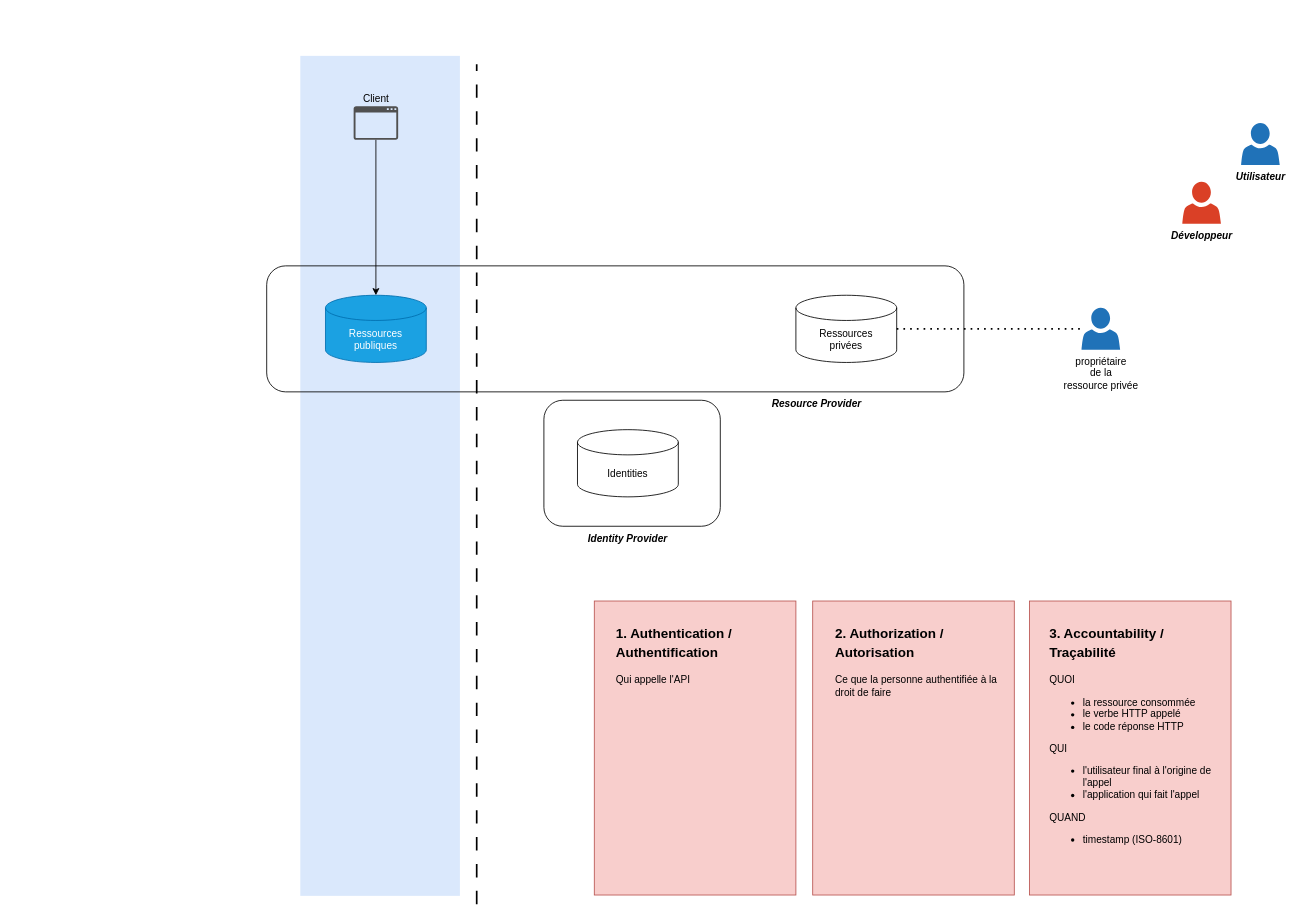
Before: Oauth2-d-apres-octo.drawio in haclong/drawings, a draw.io diagram. Source tidied: cells renumbered, new cells numbered last; positions are measured from the earlier drawing's top-left corner, leaving out a move shared by most shapes. Both pictures are drawn from the tidied source at 84%, with x=0, y=0 at pixel (266, 55).
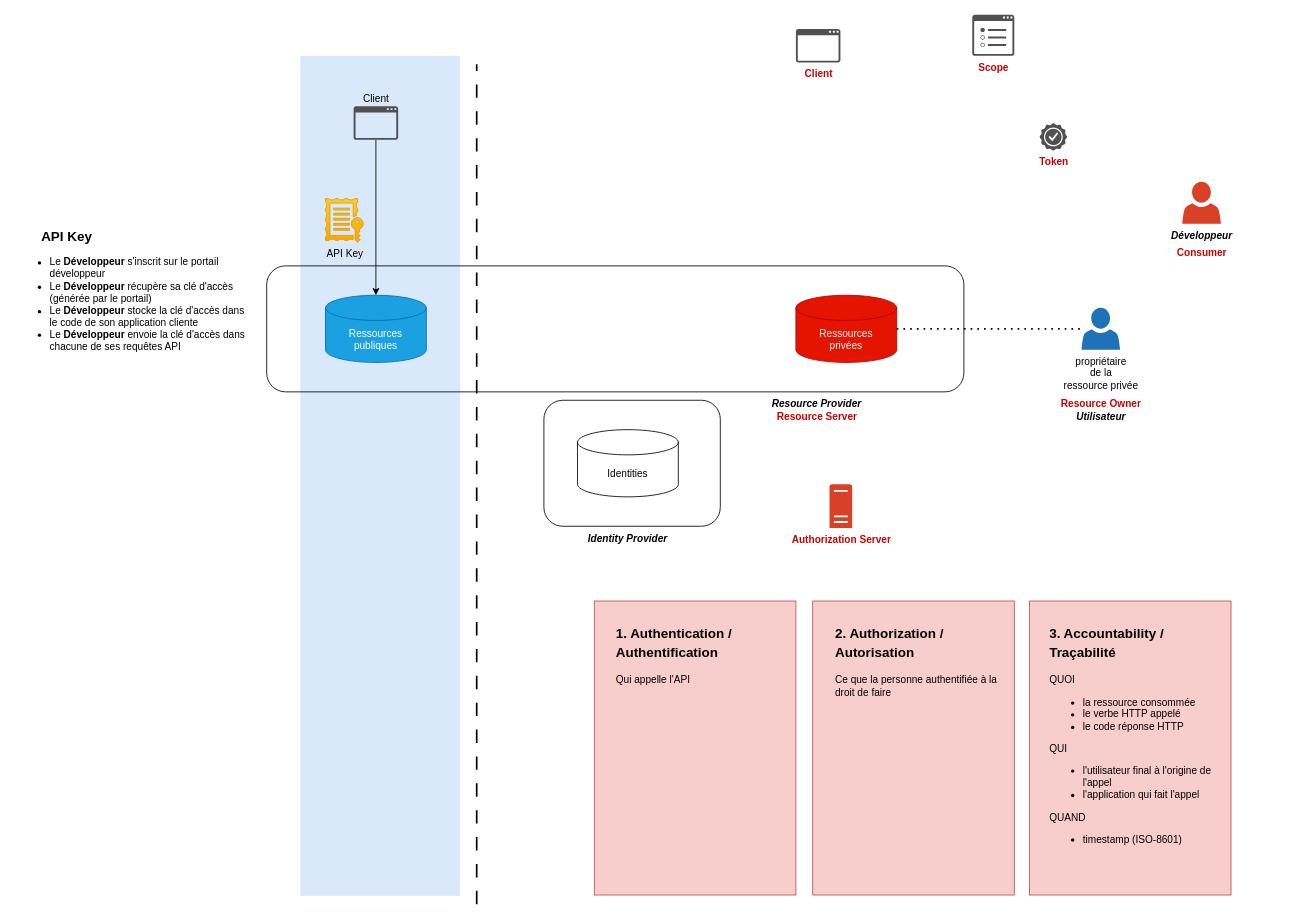
The same page after the edit.

The edit, as a diff of the source:
```diff
@@
-    <mxCell id="6" value="&lt;div&gt;Ressources&lt;/div&gt;&lt;div&gt;privées&lt;br&gt;&lt;/div&gt;" style="shape=cylinder3;whiteSpace=wrap;html=1;boundedLbl=1;backgroundOutline=1;size=15;" parent="1" vertex="1">
+    <mxCell id="6" value="&lt;div&gt;Ressources&lt;/div&gt;&lt;div&gt;privées&lt;br&gt;&lt;/div&gt;" style="shape=cylinder3;whiteSpace=wrap;html=1;boundedLbl=1;backgroundOutline=1;size=15;fillColor=#e51400;fontColor=#ffffff;strokeColor=#B20000;" parent="1" vertex="1">
       <mxGeometry x="630" y="285" width="120" height="80" as="geometry" />
     </mxCell>
@@
-    <mxCell id="21" value="Utilisateur" style="sketch=0;shadow=0;dashed=0;html=1;strokeColor=none;labelPosition=center;verticalLabelPosition=bottom;verticalAlign=top;align=center;shape=mxgraph.office.users.user;fillColor=#2072B8;fontStyle=3;" parent="1" vertex="1">
-      <mxGeometry x="1160" y="80" width="46" height="50" as="geometry" />
-    </mxCell>
@@
-    <mxCell id="24" value="Client" style="sketch=0;shadow=0;dashed=0;html=1;strokeColor=none;fillColor=#505050;labelPosition=center;verticalLabelPosition=top;verticalAlign=bottom;outlineConnect=0;align=center;shape=mxgraph.office.concepts.application_generic;" parent="1" vertex="1">
+    <mxCell id="24" value="Client" style="sketch=0;shadow=0;dashed=0;html=1;strokeColor=none;fillColor=#505050;labelPosition=center;verticalLabelPosition=top;verticalAlign=bottom;outlineConnect=0;align=center;shape=mxgraph.office.concepts.application_generic;fontStyle=0;fontColor=#000000;" parent="1" vertex="1">
       <mxGeometry x="103.5" y="60" width="53" height="40" as="geometry" />
     </mxCell>
@@
+    <mxCell id="27" value="API Key" style="sketch=0;shadow=0;dashed=0;html=1;strokeColor=#d79b00;fillColor=#ffcd28;labelPosition=center;verticalLabelPosition=bottom;verticalAlign=top;align=center;shape=mxgraph.office.concepts.license;gradientColor=#ffa500;" parent="1" vertex="1">
+      <mxGeometry x="70" y="170" width="45" height="52" as="geometry" />
+    </mxCell>
+    <mxCell id="28" style="group;" parent="1" vertex="1">
+      <mxGeometry x="-300" y="200" width="280" height="170" as="geometry" />
+    </mxCell>
+    <mxCell id="29" value="API Key" style="text;html=1;align=left;verticalAlign=middle;whiteSpace=wrap;rounded=0;fontSize=16;fontStyle=1;" parent="28" vertex="1">
+      <mxGeometry x="30" width="110" height="30" as="geometry" />
+    </mxCell>
+    <mxCell id="30" value="&lt;ul&gt;&lt;li&gt;Le &lt;b&gt;Développeur&lt;/b&gt; s'inscrit sur le portail développeur&lt;/li&gt;&lt;li&gt;Le &lt;b&gt;Développeur&lt;/b&gt; récupère sa clé d'accès (générée par le portail)&lt;/li&gt;&lt;li&gt;Le &lt;b&gt;Développeur&lt;/b&gt; stocke la clé d'accès dans le code de son application cliente&lt;/li&gt;&lt;li&gt;Le &lt;b&gt;Développeur&lt;/b&gt; envoie la clé d'accès dans chacune de ses requêtes API&lt;br&gt;&lt;/li&gt;&lt;/ul&gt;" style="text;html=1;align=left;verticalAlign=top;whiteSpace=wrap;rounded=0;" parent="28" vertex="1">
+      <mxGeometry y="20" width="280" height="150" as="geometry" />
+    </mxCell>
+    <mxCell id="31" value="&lt;b&gt;&lt;font color=&quot;#cc0000&quot;&gt;Resource Owner&lt;br&gt;&lt;/font&gt;&lt;/b&gt;" style="text;html=1;align=center;verticalAlign=middle;strokeColor=none;fillColor=none;" parent="1" vertex="1">
+      <mxGeometry x="933" y="400" width="120" height="30" as="geometry" />
+    </mxCell>
+    <mxCell id="32" value="&lt;b&gt;&lt;font color=&quot;#cc0000&quot;&gt;Resource Server&lt;br&gt;&lt;/font&gt;&lt;/b&gt;" style="text;html=1;align=center;verticalAlign=middle;strokeColor=none;fillColor=none;" parent="1" vertex="1">
+      <mxGeometry x="595" y="415" width="120" height="30" as="geometry" />
+    </mxCell>
+    <mxCell id="33" value="&lt;b&gt;&lt;font color=&quot;#cc0000&quot;&gt;Consumer&lt;/font&gt;&lt;/b&gt;" style="text;html=1;align=center;verticalAlign=middle;strokeColor=none;fillColor=none;" parent="1" vertex="1">
+      <mxGeometry x="1073" y="220" width="80" height="30" as="geometry" />
+    </mxCell>
+    <mxCell id="34" value="Client" style="sketch=0;shadow=0;dashed=0;html=1;strokeColor=none;fillColor=#505050;labelPosition=center;verticalLabelPosition=bottom;verticalAlign=top;align=center;shape=mxgraph.office.concepts.application_generic;fontStyle=1;fontColor=#CC0000;" parent="1" vertex="1">
+      <mxGeometry x="630" y="-32" width="53" height="40" as="geometry" />
+    </mxCell>
+    <mxCell id="35" value="Authorization Server" style="sketch=0;shadow=0;dashed=0;html=1;strokeColor=none;labelPosition=center;verticalLabelPosition=bottom;verticalAlign=top;align=center;shape=mxgraph.office.servers.server_generic;fillColor=#DA4026;fontStyle=1;fontColor=#CC0000;" parent="1" vertex="1">
+      <mxGeometry x="670" y="510" width="27" height="52" as="geometry" />
+    </mxCell>
+    <mxCell id="21" value="&lt;b&gt;&lt;i&gt;Utilisateur&lt;/i&gt;&lt;/b&gt;" style="text;html=1;align=center;verticalAlign=middle;strokeColor=none;fillColor=none;" parent="1" vertex="1">
+      <mxGeometry x="953" y="415" width="80" height="30" as="geometry" />
+    </mxCell>
+    <mxCell id="36" value="Token" style="sketch=0;shadow=0;dashed=0;html=1;strokeColor=none;fillColor=#505050;labelPosition=center;verticalLabelPosition=bottom;verticalAlign=top;align=center;shape=mxgraph.office.concepts.best_practices;fontStyle=1;fontColor=#CC0000;" parent="1" vertex="1">
+      <mxGeometry x="920" y="80" width="33" height="33" as="geometry" />
+    </mxCell>
+    <mxCell id="37" value="Scope" style="sketch=0;shadow=0;dashed=0;html=1;strokeColor=none;fillColor=#505050;labelPosition=center;verticalLabelPosition=bottom;verticalAlign=top;align=center;shape=mxgraph.office.concepts.properties;fontStyle=1;fontColor=#CC0000;" parent="1" vertex="1">
+      <mxGeometry x="840" y="-49" width="50" height="49" as="geometry" />
+    </mxCell>
```
